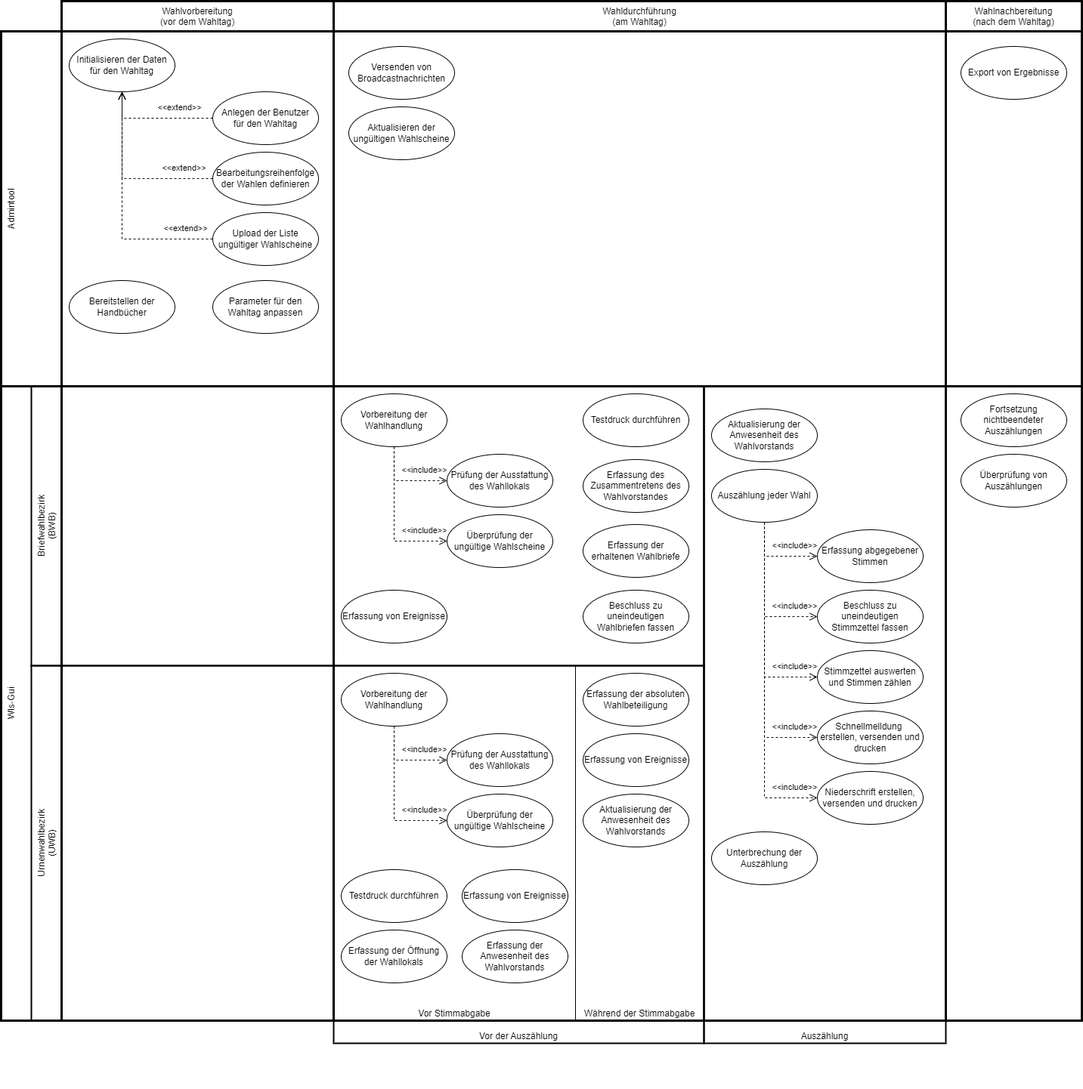
Earlier version of the draw.io export docs/src/public/relationshipOfUIsToElectionProcess.drawio.png (it-at-m/Wahllokalsystem). Source tidied: cells renumbered, new cells last; positions are measured from the earlier drawing's top-left corner, leaving out a move shared by most shapes.
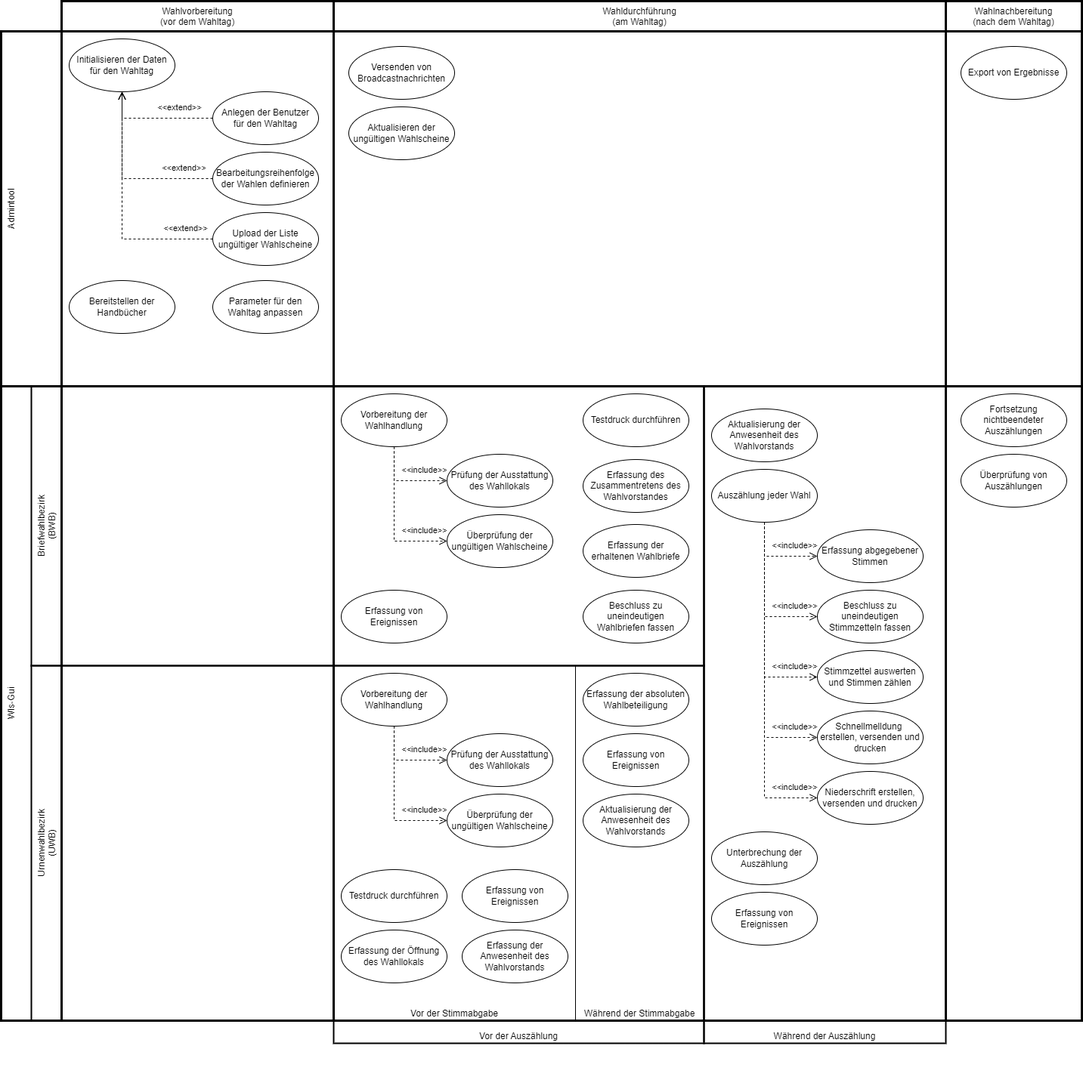
The same diagram one commit later.

Commit message:
fix typos and add element for ereignisse während auszählung

Diff of the diagram source:
```diff
@@ -23,13 +23,13 @@
     <mxCell id="8" value="Vor der Auszählung" style="rounded=0;whiteSpace=wrap;html=1;labelPosition=center;verticalLabelPosition=middle;align=center;verticalAlign=bottom;horizontal=1;fillColor=none;strokeWidth=2;" parent="1" vertex="1">
       <mxGeometry x="440" y="510" width="490" height="870" as="geometry" />
     </mxCell>
-    <mxCell id="9" value="Auszählung" style="rounded=0;whiteSpace=wrap;html=1;labelPosition=center;verticalLabelPosition=middle;align=center;verticalAlign=bottom;horizontal=1;fillColor=none;strokeWidth=2;" parent="1" vertex="1">
+    <mxCell id="9" value="Während der Auszählung" style="rounded=0;whiteSpace=wrap;html=1;labelPosition=center;verticalLabelPosition=middle;align=center;verticalAlign=bottom;horizontal=1;fillColor=none;strokeWidth=2;" parent="1" vertex="1">
       <mxGeometry x="930" y="510" width="320" height="870" as="geometry" />
     </mxCell>
     <mxCell id="10" value="Während der Stimmabgabe" style="rounded=0;whiteSpace=wrap;html=1;labelPosition=center;verticalLabelPosition=middle;align=center;verticalAlign=bottom;horizontal=1;fillColor=none;" parent="1" vertex="1">
       <mxGeometry x="760" y="880" width="170" height="470" as="geometry" />
     </mxCell>
-    <mxCell id="11" value="Vor Stimmabgabe" style="rounded=0;whiteSpace=wrap;html=1;labelPosition=center;verticalLabelPosition=middle;align=center;verticalAlign=bottom;horizontal=1;fillColor=none;" parent="1" vertex="1">
+    <mxCell id="11" value="Vor der Stimmabgabe" style="rounded=0;whiteSpace=wrap;html=1;labelPosition=center;verticalLabelPosition=middle;align=center;verticalAlign=bottom;horizontal=1;fillColor=none;" parent="1" vertex="1">
       <mxGeometry x="440" y="880" width="320" height="470" as="geometry" />
     </mxCell>
     <mxCell id="12" value="Admintool" style="rounded=0;whiteSpace=wrap;html=1;labelPosition=center;verticalLabelPosition=middle;align=center;verticalAlign=top;horizontal=0;fillColor=none;strokeWidth=3;" parent="1" vertex="1">
@@ -53,16 +53,16 @@
     <mxCell id="18" value="Prüfung der Ausstattung&lt;br&gt;des Wahllokals" style="ellipse;whiteSpace=wrap;html=1;" parent="16" vertex="1">
       <mxGeometry x="140" y="80" width="140" height="70" as="geometry" />
     </mxCell>
-    <mxCell id="19" value="Überprüfung der ungültige Wahlscheine" style="ellipse;whiteSpace=wrap;html=1;" parent="16" vertex="1">
+    <mxCell id="19" value="Überprüfung der ungültigen Wahlscheine" style="ellipse;whiteSpace=wrap;html=1;" parent="16" vertex="1">
       <mxGeometry x="140" y="160" width="140" height="70" as="geometry" />
     </mxCell>
     <mxCell id="20" value="Erfassung der Anwesenheit des Wahlvorstands" style="ellipse;whiteSpace=wrap;html=1;" parent="16" vertex="1">
       <mxGeometry x="160" y="340" width="140" height="70" as="geometry" />
     </mxCell>
-    <mxCell id="21" value="Erfassung der Öffnung der Wahllokals" style="ellipse;whiteSpace=wrap;html=1;" parent="16" vertex="1">
+    <mxCell id="21" value="Erfassung der Öffnung des Wahllokals" style="ellipse;whiteSpace=wrap;html=1;" parent="16" vertex="1">
       <mxGeometry y="340" width="140" height="70" as="geometry" />
     </mxCell>
-    <mxCell id="22" value="Erfassung von Ereignisse" style="ellipse;whiteSpace=wrap;html=1;" parent="16" vertex="1">
+    <mxCell id="22" value="Erfassung von Ereignissen" style="ellipse;whiteSpace=wrap;html=1;" parent="16" vertex="1">
       <mxGeometry x="160" y="260" width="140" height="70" as="geometry" />
     </mxCell>
     <mxCell id="23" value="&amp;lt;&amp;lt;include&amp;gt;&amp;gt;" style="endArrow=open;startArrow=none;endFill=0;startFill=0;endSize=8;html=1;verticalAlign=bottom;dashed=1;labelBackgroundColor=none;rounded=0;entryX=0;entryY=0.5;entryDx=0;entryDy=0;exitX=0.5;exitY=1;exitDx=0;exitDy=0;" parent="16" edge="1" source="17" target="18">
@@ -88,7 +88,7 @@
     <mxCell id="27" value="Erfassung der absoluten Wahlbeteiligung" style="ellipse;whiteSpace=wrap;html=1;" parent="26" vertex="1">
       <mxGeometry width="140" height="70" as="geometry" />
     </mxCell>
-    <mxCell id="28" value="Erfassung von Ereignisse" style="ellipse;whiteSpace=wrap;html=1;" parent="26" vertex="1">
+    <mxCell id="28" value="Erfassung von Ereignissen" style="ellipse;whiteSpace=wrap;html=1;" parent="26" vertex="1">
       <mxGeometry y="80" width="140" height="70" as="geometry" />
     </mxCell>
     <mxCell id="29" value="Aktualisierung der Anwesenheit des Wahlvorstands" style="ellipse;whiteSpace=wrap;html=1;" parent="26" vertex="1">
@@ -113,7 +113,7 @@
         </Array>
       </mxGeometry>
     </mxCell>
-    <mxCell id="35" value="&lt;div&gt;&lt;span style=&quot;background-color: initial;&quot;&gt;Beschluss zu uneindeutigen Stimmzettel fassen&lt;/span&gt;&lt;br&gt;&lt;/div&gt;" style="ellipse;whiteSpace=wrap;html=1;" parent="30" vertex="1">
+    <mxCell id="35" value="&lt;div&gt;&lt;span style=&quot;background-color: initial;&quot;&gt;Beschluss zu uneindeutigen Stimmzetteln fassen&lt;/span&gt;&lt;br&gt;&lt;/div&gt;" style="ellipse;whiteSpace=wrap;html=1;" parent="30" vertex="1">
       <mxGeometry x="140" y="240" width="140" height="70" as="geometry" />
     </mxCell>
     <mxCell id="36" value="&amp;lt;&amp;lt;include&amp;gt;&amp;gt;" style="endArrow=open;startArrow=none;endFill=0;startFill=0;endSize=8;html=1;verticalAlign=bottom;dashed=1;labelBackgroundColor=none;rounded=0;entryX=0;entryY=0.5;entryDx=0;entryDy=0;exitX=0.5;exitY=1;exitDx=0;exitDy=0;" parent="30" edge="1" source="32" target="35">
@@ -174,7 +174,7 @@
     <mxCell id="49" value="Prüfung der Ausstattung&lt;br&gt;des Wahllokals" style="ellipse;whiteSpace=wrap;html=1;" parent="1" vertex="1">
       <mxGeometry x="590" y="600" width="140" height="70" as="geometry" />
     </mxCell>
-    <mxCell id="50" value="Überprüfung der ungültige Wahlscheine" style="ellipse;whiteSpace=wrap;html=1;" parent="1" vertex="1">
+    <mxCell id="50" value="Überprüfung der ungültigen Wahlscheine" style="ellipse;whiteSpace=wrap;html=1;" parent="1" vertex="1">
       <mxGeometry x="590" y="680" width="140" height="70" as="geometry" />
     </mxCell>
     <mxCell id="51" value="&amp;lt;&amp;lt;include&amp;gt;&amp;gt;" style="endArrow=open;startArrow=none;endFill=0;startFill=0;endSize=8;html=1;verticalAlign=bottom;dashed=1;labelBackgroundColor=none;rounded=0;entryX=0;entryY=0.5;entryDx=0;entryDy=0;exitX=0.5;exitY=1;exitDx=0;exitDy=0;" parent="1" edge="1" source="48" target="49">
@@ -200,7 +200,7 @@
     <mxCell id="55" value="&lt;div&gt;&lt;span style=&quot;background-color: initial;&quot;&gt;Beschluss zu uneindeutigen Wahlbriefen fassen&lt;/span&gt;&lt;br&gt;&lt;/div&gt;" style="ellipse;whiteSpace=wrap;html=1;" parent="1" vertex="1">
       <mxGeometry x="770" y="780" width="140" height="70" as="geometry" />
     </mxCell>
-    <mxCell id="56" value="Erfassung von Ereignisse" style="ellipse;whiteSpace=wrap;html=1;" parent="1" vertex="1">
+    <mxCell id="56" value="Erfassung von Ereignissen" style="ellipse;whiteSpace=wrap;html=1;" parent="1" vertex="1">
       <mxGeometry x="450" y="780" width="140" height="70" as="geometry" />
     </mxCell>
     <mxCell id="57" style="group;" parent="1" vertex="1">
@@ -245,5 +245,8 @@
         </Array>
       </mxGeometry>
     </mxCell>
+    <mxCell id="67" value="Erfassung von Ereignissen" style="ellipse;whiteSpace=wrap;html=1;" parent="1" vertex="1">
+      <mxGeometry x="940" y="1180" width="140" height="70" as="geometry" />
+    </mxCell>
   </root>
 </mxGraphModel>
```
